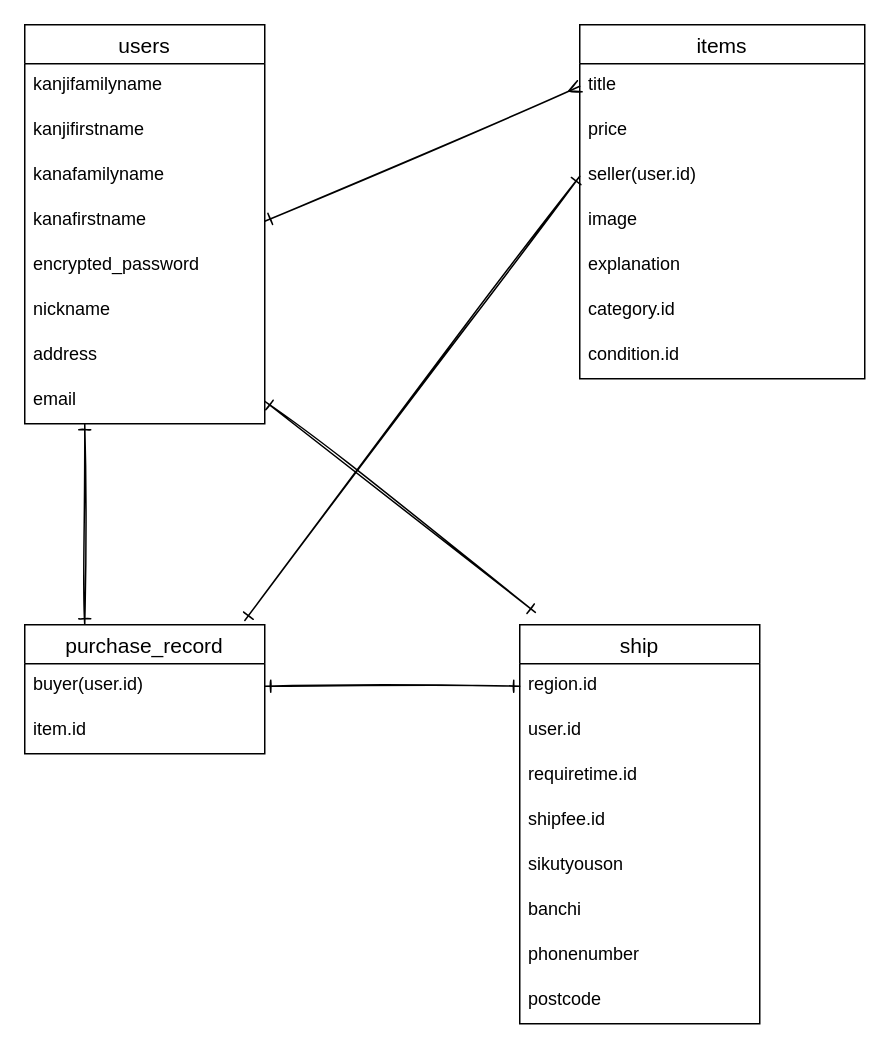
The draw.io diagram furima.dio in unitoro0903/furima-40427, before the edit. Source tidied: cells renumbered, new cells numbered last; positions are measured from the earlier drawing's top-left corner, leaving out a move shared by most shapes. Both pictures are drawn from the tidied source at 150%, with x=0, y=0 at pixel (24, 24).
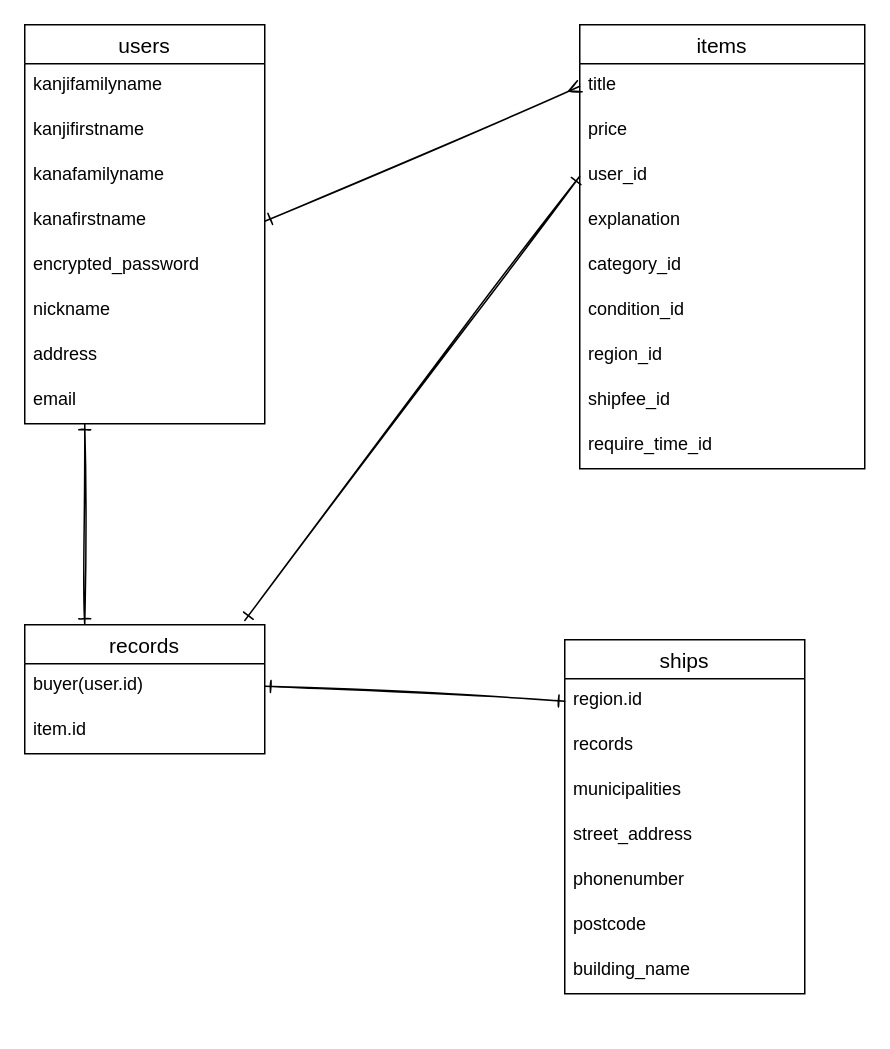
The same diagram, later.

The change refers to these unchanged cells:
```xml
<mxCell id="10" value="email" style="text;strokeColor=none;fillColor=none;spacingLeft=4;spacingRight=4;overflow=hidden;points=[[0,0.5],[1,0.5]];portConstraint=eastwest;fontSize=12;" parent="2" vertex="1">
  <mxGeometry y="236" width="160" height="30" as="geometry" />
</mxCell>
```

Diff of the diagram source:
```diff
@@
     <mxCell id="11" value="items" style="swimlane;fontStyle=0;horizontal=1;startSize=26;align=center;fontSize=14;strokeColor=default;" parent="1" vertex="1">
-      <mxGeometry x="370" width="190" height="236" as="geometry" />
+      <mxGeometry x="370" width="190" height="296" as="geometry" />
     </mxCell>
@@
-    <mxCell id="14" value="seller(user.id)" style="text;strokeColor=none;fillColor=none;spacingLeft=4;spacingRight=4;overflow=hidden;points=[[0,0.5],[1,0.5]];portConstraint=eastwest;fontSize=12;" parent="11" vertex="1">
+    <mxCell id="14" value="user_id" style="text;strokeColor=none;fillColor=none;spacingLeft=4;spacingRight=4;overflow=hidden;points=[[0,0.5],[1,0.5]];portConstraint=eastwest;fontSize=12;" parent="11" vertex="1">
       <mxGeometry y="86" width="190" height="30" as="geometry" />
     </mxCell>
-    <mxCell id="15" value="image" style="text;strokeColor=none;fillColor=none;spacingLeft=4;spacingRight=4;overflow=hidden;fontSize=12;" parent="11" vertex="1">
-      <mxGeometry y="116" width="190" height="30" as="geometry" />
-    </mxCell>
     <mxCell id="16" value="explanation" style="text;strokeColor=none;fillColor=none;spacingLeft=4;spacingRight=4;overflow=hidden;fontSize=12;" parent="11" vertex="1">
-      <mxGeometry y="146" width="190" height="30" as="geometry" />
+      <mxGeometry y="116" width="190" height="30" as="geometry" />
     </mxCell>
-    <mxCell id="17" value="category.id" style="text;strokeColor=none;fillColor=none;spacingLeft=4;spacingRight=4;overflow=hidden;fontSize=12;" parent="11" vertex="1">
-      <mxGeometry y="176" width="190" height="30" as="geometry" />
+    <mxCell id="17" value="category_id" style="text;strokeColor=none;fillColor=none;spacingLeft=4;spacingRight=4;overflow=hidden;fontSize=12;" parent="11" vertex="1">
+      <mxGeometry y="146" width="190" height="30" as="geometry" />
     </mxCell>
-    <mxCell id="18" value="condition.id" style="text;strokeColor=none;fillColor=none;spacingLeft=4;spacingRight=4;overflow=hidden;fontSize=12;" parent="11" vertex="1">
-      <mxGeometry y="206" width="190" height="30" as="geometry" />
+    <mxCell id="18" value="condition_id" style="text;strokeColor=none;fillColor=none;spacingLeft=4;spacingRight=4;overflow=hidden;fontSize=12;" parent="11" vertex="1">
+      <mxGeometry y="176" width="190" height="30" as="geometry" />
     </mxCell>
+    <mxCell id="36" value="region_id" style="text;strokeColor=none;fillColor=none;spacingLeft=4;spacingRight=4;overflow=hidden;fontSize=12;" parent="11" vertex="1">
+      <mxGeometry y="206" width="190" height="30" as="geometry" />
+    </mxCell>
+    <mxCell id="37" value="shipfee_id" style="text;strokeColor=none;fillColor=none;spacingLeft=4;spacingRight=4;overflow=hidden;fontSize=12;" parent="11" vertex="1">
+      <mxGeometry y="236" width="190" height="30" as="geometry" />
+    </mxCell>
+    <mxCell id="38" value="require_time_id" style="text;strokeColor=none;fillColor=none;spacingLeft=4;spacingRight=4;overflow=hidden;fontSize=12;" parent="11" vertex="1">
+      <mxGeometry y="266" width="190" height="30" as="geometry" />
+    </mxCell>
@@
-    <mxCell id="20" value="purchase_record" style="swimlane;fontStyle=0;horizontal=1;startSize=26;align=center;fontSize=14;strokeColor=default;" parent="1" vertex="1">
+    <mxCell id="20" value="records" style="swimlane;fontStyle=0;horizontal=1;startSize=26;align=center;fontSize=14;strokeColor=default;" parent="1" vertex="1">
       <mxGeometry y="400" width="160" height="86" as="geometry" />
     </mxCell>
@@
-    <mxCell id="23" value="ship" style="swimlane;fontStyle=0;horizontal=1;startSize=26;align=center;fontSize=14;strokeColor=default;" parent="1" vertex="1">
-      <mxGeometry x="330" y="400" width="160" height="266" as="geometry" />
+    <mxCell id="23" value="ships" style="swimlane;fontStyle=0;horizontal=1;startSize=26;align=center;fontSize=14;strokeColor=default;" parent="1" vertex="1">
+      <mxGeometry x="360" y="410" width="160" height="236" as="geometry" />
     </mxCell>
@@
-    <mxCell id="25" value="user.id" style="text;strokeColor=none;fillColor=none;spacingLeft=4;spacingRight=4;overflow=hidden;fontSize=12;" parent="23" vertex="1">
+    <mxCell id="25" value="records" style="text;strokeColor=none;fillColor=none;spacingLeft=4;spacingRight=4;overflow=hidden;fontSize=12;" parent="23" vertex="1">
       <mxGeometry y="56" width="160" height="30" as="geometry" />
     </mxCell>
-    <mxCell id="26" value="requiretime.id" style="text;strokeColor=none;fillColor=none;spacingLeft=4;spacingRight=4;overflow=hidden;fontSize=12;" parent="23" vertex="1">
-      <mxGeometry y="86" width="160" height="30" as="geometry" />
-    </mxCell>
-    <mxCell id="27" value="shipfee.id" style="text;strokeColor=none;fillColor=none;spacingLeft=4;spacingRight=4;overflow=hidden;fontSize=12;" parent="23" vertex="1">
-      <mxGeometry y="116" width="160" height="30" as="geometry" />
-    </mxCell>
-    <mxCell id="28" value="sikutyouson" style="text;strokeColor=none;fillColor=none;spacingLeft=4;spacingRight=4;overflow=hidden;fontSize=12;" parent="23" vertex="1">
-      <mxGeometry y="146" width="160" height="30" as="geometry" />
+    <mxCell id="28" value="municipalities" style="text;strokeColor=none;fillColor=none;spacingLeft=4;spacingRight=4;overflow=hidden;fontSize=12;" parent="23" vertex="1">
+      <mxGeometry y="86" width="160" height="30" as="geometry" />
     </mxCell>
-    <mxCell id="29" value="banchi" style="text;strokeColor=none;fillColor=none;spacingLeft=4;spacingRight=4;overflow=hidden;fontSize=12;" parent="23" vertex="1">
-      <mxGeometry y="176" width="160" height="30" as="geometry" />
+    <mxCell id="29" value="street_address" style="text;strokeColor=none;fillColor=none;spacingLeft=4;spacingRight=4;overflow=hidden;fontSize=12;" parent="23" vertex="1">
+      <mxGeometry y="116" width="160" height="30" as="geometry" />
     </mxCell>
     <mxCell id="30" value="phonenumber" style="text;strokeColor=none;fillColor=none;spacingLeft=4;spacingRight=4;overflow=hidden;fontSize=12;" parent="23" vertex="1">
-      <mxGeometry y="206" width="160" height="30" as="geometry" />
+      <mxGeometry y="146" width="160" height="30" as="geometry" />
     </mxCell>
     <mxCell id="31" value="postcode" style="text;strokeColor=none;fillColor=none;spacingLeft=4;spacingRight=4;overflow=hidden;fontSize=12;" parent="23" vertex="1">
-      <mxGeometry y="236" width="160" height="30" as="geometry" />
+      <mxGeometry y="176" width="160" height="30" as="geometry" />
     </mxCell>
+    <mxCell id="39" value="building_name" style="text;strokeColor=none;fillColor=none;spacingLeft=4;spacingRight=4;overflow=hidden;fontSize=12;" parent="23" vertex="1">
+      <mxGeometry y="206" width="160" height="30" as="geometry" />
+    </mxCell>
@@
-    <mxCell id="34" style="edgeStyle=none;sketch=1;html=1;exitX=1;exitY=0.5;exitDx=0;exitDy=0;entryX=0.065;entryY=-0.031;entryDx=0;entryDy=0;entryPerimeter=0;startArrow=ERone;startFill=0;endArrow=ERone;endFill=0;" parent="1" edge="1" source="10" target="23">
-      <mxGeometry relative="1" as="geometry" />
-    </mxCell>
```
